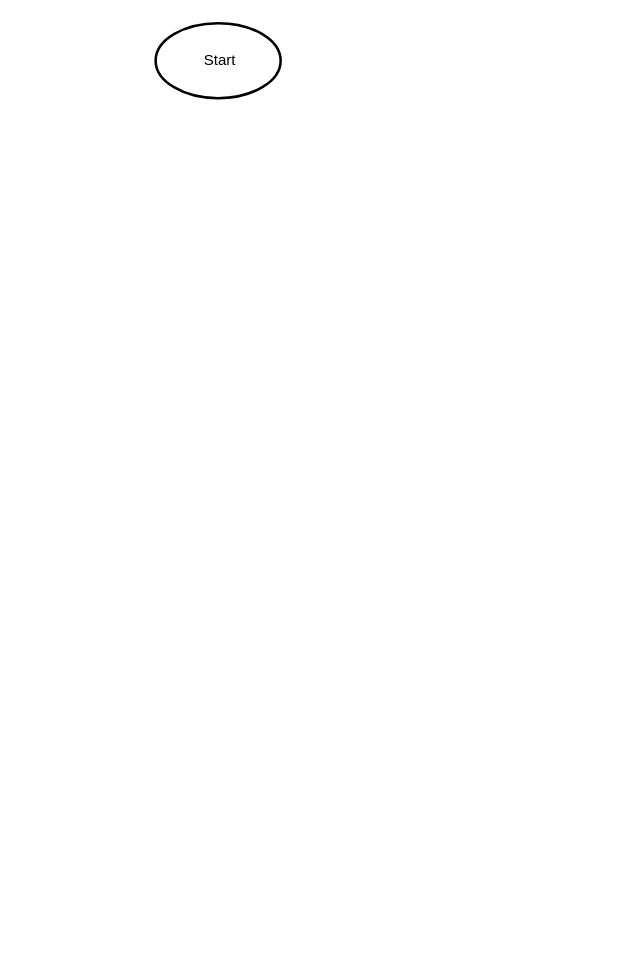
Earlier version of the draw.io diagram Diagram_1.drawio (AlenaKovganko/C_Test). Source tidied: cells renumbered, new cells numbered last; positions are measured from the earlier drawing's top-left corner, leaving out a move shared by most shapes. Both pictures are drawn from the tidied source at 125%, with x=0, y=0 at pixel (155, 22).
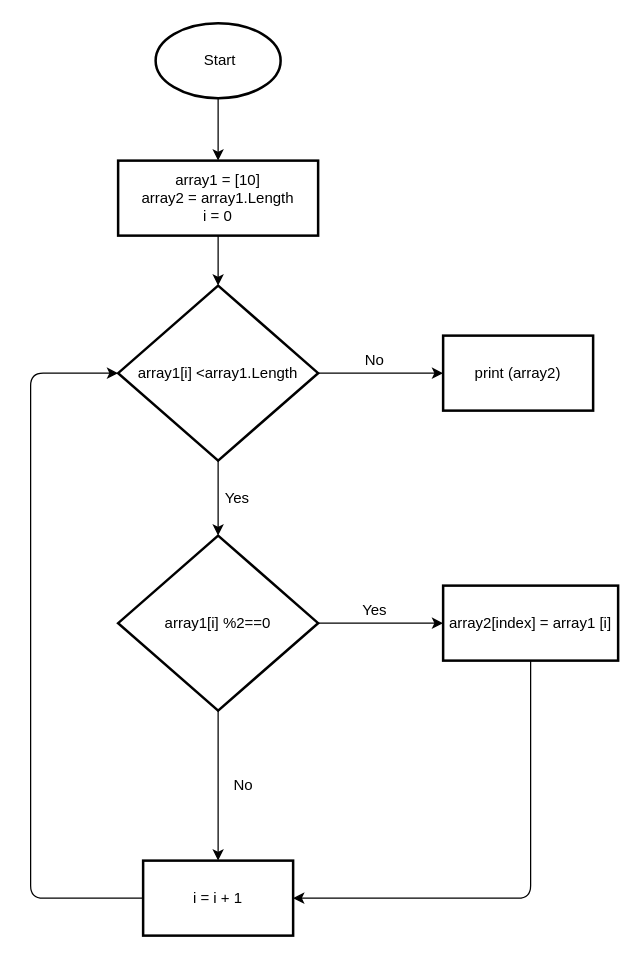
After the change.

Commit message:
correct Diagram1

The change refers to these unchanged cells:
```xml
<mxCell id="2" value="&amp;nbsp;Start" style="strokeWidth=2;html=1;shape=mxgraph.flowchart.start_1;whiteSpace=wrap;" parent="1" vertex="1">
  <mxGeometry width="100" height="60" as="geometry" />
</mxCell>
```

Change to the diagram source:
```diff
@@
+    <mxCell id="3" style="edgeStyle=none;html=1;" parent="1" edge="1" source="2" target="5">
+      <mxGeometry relative="1" as="geometry" />
+    </mxCell>
@@
+    <mxCell id="4" style="edgeStyle=none;html=1;" parent="1" edge="1" source="5" target="8">
+      <mxGeometry relative="1" as="geometry" />
+    </mxCell>
+    <mxCell id="5" value="array1 = [10]&lt;br&gt;array2 = array1.Length&lt;br&gt;i = 0" style="whiteSpace=wrap;html=1;strokeWidth=2;" parent="1" vertex="1">
+      <mxGeometry x="-30" y="110" width="160" height="60" as="geometry" />
+    </mxCell>
+    <mxCell id="6" style="edgeStyle=none;html=1;" parent="1" edge="1" source="8" target="9">
+      <mxGeometry relative="1" as="geometry" />
+    </mxCell>
+    <mxCell id="7" style="edgeStyle=none;html=1;entryX=0.5;entryY=0;entryDx=0;entryDy=0;" parent="1" edge="1" source="8" target="14">
+      <mxGeometry relative="1" as="geometry" />
+    </mxCell>
+    <mxCell id="8" value="array1[i] &amp;lt;array1.Length" style="rhombus;whiteSpace=wrap;html=1;strokeWidth=2;" parent="1" vertex="1">
+      <mxGeometry x="-30" y="210" width="160" height="140" as="geometry" />
+    </mxCell>
+    <mxCell id="9" value="print (array2)" style="whiteSpace=wrap;html=1;strokeWidth=2;" parent="1" vertex="1">
+      <mxGeometry x="230" y="250" width="120" height="60" as="geometry" />
+    </mxCell>
+    <mxCell id="10" value="No" style="text;html=1;align=center;verticalAlign=middle;strokeColor=none;" parent="1" vertex="1">
+      <mxGeometry x="160" y="260" width="30" height="20" as="geometry" />
+    </mxCell>
+    <mxCell id="11" style="edgeStyle=none;html=1;exitX=0.5;exitY=0;exitDx=0;exitDy=0;" parent="1" edge="1" source="14">
+      <mxGeometry relative="1" as="geometry">
+        <mxPoint x="50" y="410" as="targetPoint" />
+      </mxGeometry>
+    </mxCell>
+    <mxCell id="12" style="edgeStyle=none;html=1;" parent="1" edge="1" source="14" target="17">
+      <mxGeometry relative="1" as="geometry" />
+    </mxCell>
+    <mxCell id="13" style="edgeStyle=none;html=1;" parent="1" edge="1" source="14" target="20">
+      <mxGeometry relative="1" as="geometry" />
+    </mxCell>
+    <mxCell id="14" value="array1[i] %2==0" style="rhombus;whiteSpace=wrap;html=1;strokeWidth=2;" parent="1" vertex="1">
+      <mxGeometry x="-30" y="410" width="160" height="140" as="geometry" />
+    </mxCell>
+    <mxCell id="15" value="Yes" style="text;html=1;align=center;verticalAlign=middle;strokeColor=none;" parent="1" vertex="1">
+      <mxGeometry x="45" y="370" width="40" height="20" as="geometry" />
+    </mxCell>
+    <mxCell id="16" style="edgeStyle=elbowEdgeStyle;html=1;entryX=1;entryY=0.5;entryDx=0;entryDy=0;" parent="1" edge="1" source="17" target="20">
+      <mxGeometry relative="1" as="geometry">
+        <Array as="points">
+          <mxPoint x="300" y="620" />
+        </Array>
+      </mxGeometry>
+    </mxCell>
+    <mxCell id="17" value="array2[index] = array1 [i]" style="whiteSpace=wrap;html=1;strokeWidth=2;" parent="1" vertex="1">
+      <mxGeometry x="230" y="450" width="140" height="60" as="geometry" />
+    </mxCell>
+    <mxCell id="18" value="Yes" style="text;html=1;align=center;verticalAlign=middle;strokeColor=none;" parent="1" vertex="1">
+      <mxGeometry x="155" y="460" width="40" height="20" as="geometry" />
+    </mxCell>
+    <mxCell id="19" style="edgeStyle=elbowEdgeStyle;html=1;elbow=vertical;" parent="1" edge="1" source="20" target="8">
+      <mxGeometry relative="1" as="geometry">
+        <Array as="points">
+          <mxPoint x="-100" y="700" />
+        </Array>
+      </mxGeometry>
+    </mxCell>
+    <mxCell id="20" value="i = i + 1" style="whiteSpace=wrap;html=1;strokeWidth=2;" parent="1" vertex="1">
+      <mxGeometry x="-10" y="670" width="120" height="60" as="geometry" />
+    </mxCell>
+    <mxCell id="21" value="No" style="text;html=1;align=center;verticalAlign=middle;strokeColor=none;" parent="1" vertex="1">
+      <mxGeometry x="55" y="600" width="30" height="20" as="geometry" />
+    </mxCell>
```
